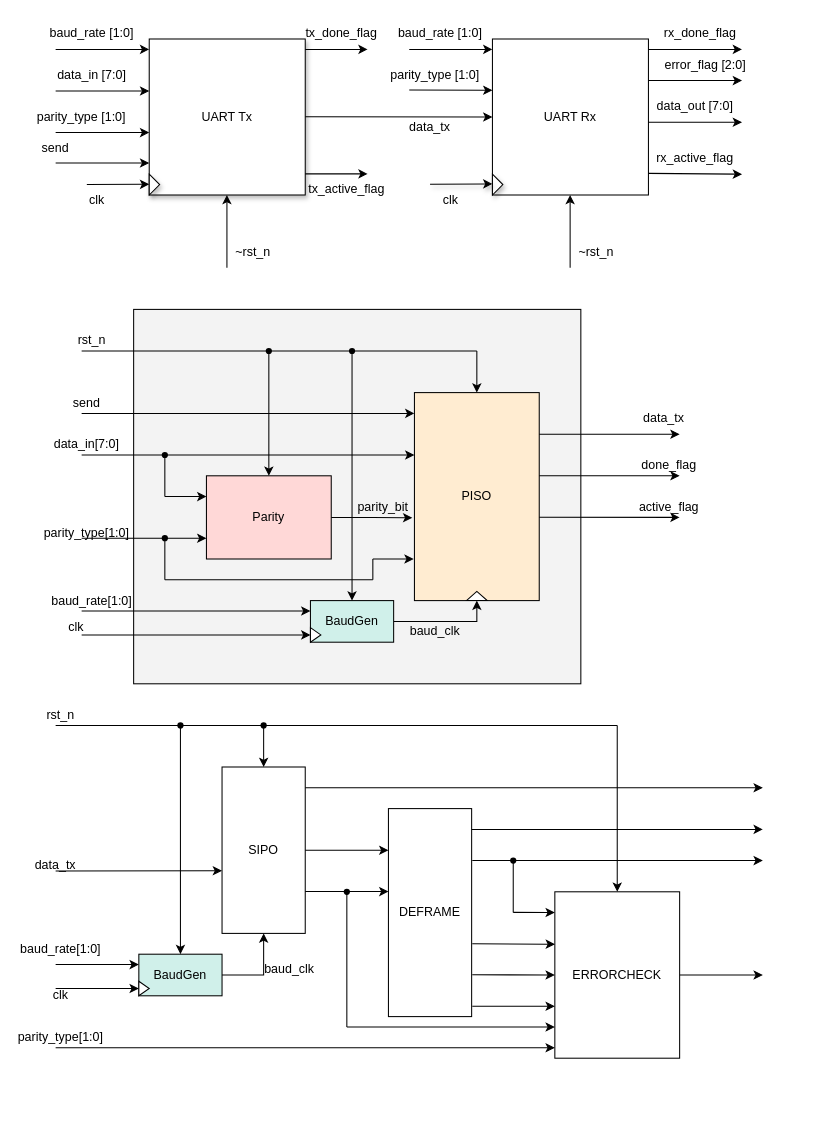
Before: page "UART" (1 of 11) of UART Diagram.drawio in 106210049/UART-SystemVerilog, a draw.io diagram. Source tidied: cells renumbered, new cells numbered last; positions are measured from the earlier drawing's top-left corner, leaving out a move shared by most shapes. Both pictures are drawn from the tidied source at 104%, with x=0, y=0 at pixel (24, 18).
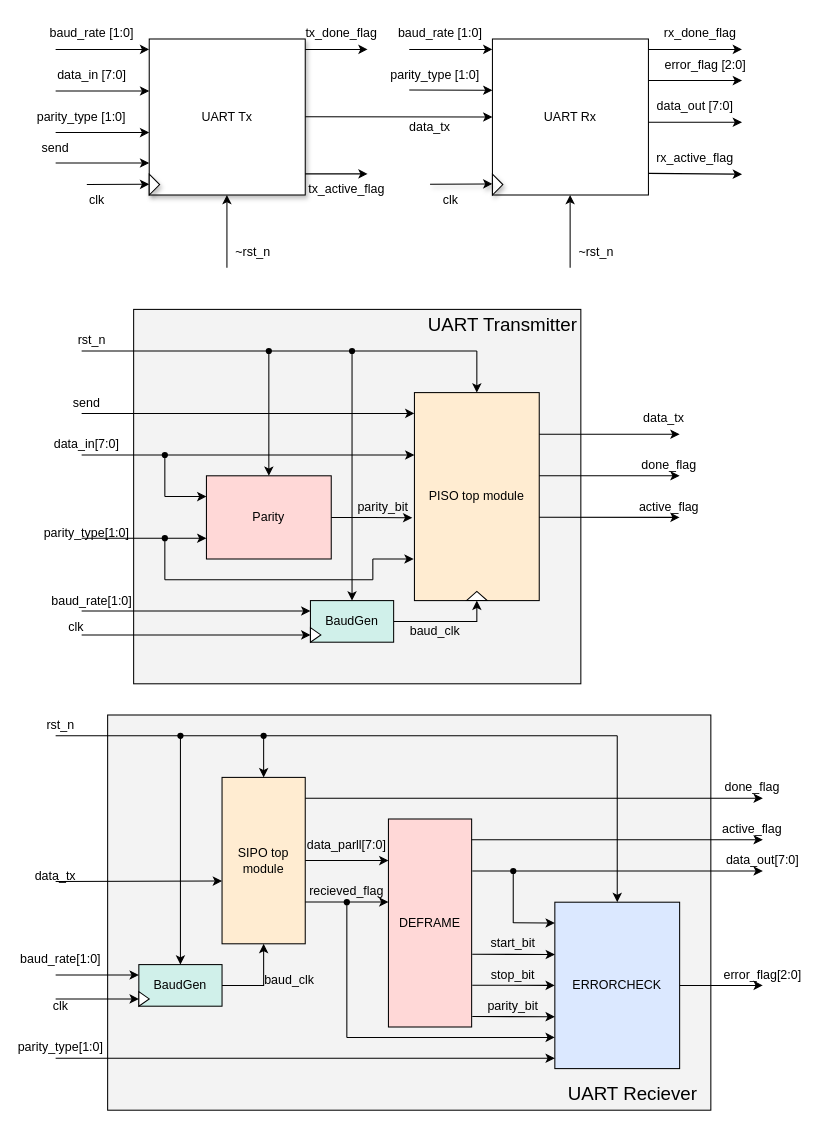
Above is the later version.

Unchanged cells that the change refers to:
```xml
<mxCell id="84" value="BaudGen" style="rounded=0;whiteSpace=wrap;html=1;fillColor=light-dark(#D0F0EA,var(--ge-dark-color, #121212));" parent="83" vertex="1">
  <mxGeometry width="80" height="40" as="geometry" />
</mxCell>
<mxCell id="85" style="triangle;whiteSpace=wrap;html=1;" parent="83" vertex="1">
  <mxGeometry y="26" width="10" height="14" as="geometry" />
</mxCell>
```

Change to the diagram source:
```diff
@@
+    <mxCell id="119" style="rounded=0;whiteSpace=wrap;html=1;fillColor=light-dark(#F3F3F3,var(--ge-dark-color, #121212));" parent="1" vertex="1">
+      <mxGeometry x="80" y="670" width="580" height="380" as="geometry" />
+    </mxCell>
@@
-    <mxCell id="41" value="PISO" style="rounded=0;whiteSpace=wrap;html=1;fillColor=light-dark(#FFECD1,var(--ge-dark-color, #121212));" parent="1" vertex="1">
+    <mxCell id="41" value="PISO top module" style="rounded=0;whiteSpace=wrap;html=1;fillColor=light-dark(#FFECD1,var(--ge-dark-color, #121212));" parent="1" vertex="1">
       <mxGeometry x="375" y="360" width="120" height="200" as="geometry" />
     </mxCell>
@@
-    <mxCell id="81" value="SIPO" style="rounded=0;whiteSpace=wrap;html=1;" parent="1" vertex="1">
-      <mxGeometry x="190" y="720" width="80" height="160" as="geometry" />
+    <mxCell id="81" value="SIPO top module" style="rounded=0;whiteSpace=wrap;html=1;fillColor=light-dark(#FFECD1,var(--ge-dark-color, #121212));" parent="1" vertex="1">
+      <mxGeometry x="190" y="730" width="80" height="160" as="geometry" />
     </mxCell>
     <mxCell id="82" style="endArrow=classic;html=1;rounded=0;" parent="1" edge="1">
       <mxGeometry relative="1" as="geometry">
-        <mxPoint x="30" y="820" as="sourcePoint" />
-        <mxPoint x="190" y="819.7" as="targetPoint" />
+        <mxPoint x="30" y="830" as="sourcePoint" />
+        <mxPoint x="190" y="829.7" as="targetPoint" />
       </mxGeometry>
     </mxCell>
-    <mxCell id="83" style="group;" parent="1" vertex="1">
-      <mxGeometry x="110" y="900" width="80" height="40" as="geometry" />
+    <mxCell id="83" style="group;fillColor=#D0F0EA;" parent="1" vertex="1">
+      <mxGeometry x="110" y="910" width="80" height="40" as="geometry" />
     </mxCell>
@@
     <mxCell id="86" style="endArrow=classic;html=1;rounded=0;entryX=0;entryY=0.5;entryDx=0;entryDy=0;" parent="1" edge="1" target="85">
       <mxGeometry relative="1" as="geometry">
-        <mxPoint x="30" y="933" as="sourcePoint" />
+        <mxPoint x="30" y="943" as="sourcePoint" />
       </mxGeometry>
     </mxCell>
     <mxCell id="87" style="edgeStyle=orthogonalEdgeStyle;rounded=0;jettySize=auto;html=1;entryX=0.5;entryY=1;entryDx=0;entryDy=0;" parent="1" edge="1" source="84" target="81">
       <mxGeometry relative="1" as="geometry">
         <Array as="points">
-          <mxPoint x="230" y="920" />
+          <mxPoint x="230" y="930" />
         </Array>
       </mxGeometry>
     </mxCell>
-    <mxCell id="88" value="DEFRAME" style="rounded=0;whiteSpace=wrap;html=1;" parent="1" vertex="1">
-      <mxGeometry x="350" y="760" width="80" height="200" as="geometry" />
+    <mxCell id="88" value="DEFRAME" style="rounded=0;whiteSpace=wrap;html=1;fillColor=light-dark(#FFD8D7,var(--ge-dark-color, #121212));" parent="1" vertex="1">
+      <mxGeometry x="350" y="770" width="80" height="200" as="geometry" />
     </mxCell>
     <mxCell id="89" style="edgeStyle=orthogonalEdgeStyle;rounded=0;orthogonalLoop=1;jettySize=auto;html=1;entryX=0;entryY=0.375;entryDx=0;entryDy=0;entryPerimeter=0;" parent="1" edge="1">
       <mxGeometry relative="1" as="geometry">
-        <mxPoint x="270" y="800" as="sourcePoint" />
-        <mxPoint x="350" y="800" as="targetPoint" />
+        <mxPoint x="270" y="810" as="sourcePoint" />
+        <mxPoint x="350" y="810" as="targetPoint" />
       </mxGeometry>
     </mxCell>
     <mxCell id="90" style="edgeStyle=orthogonalEdgeStyle;rounded=0;orthogonalLoop=1;jettySize=auto;html=1;entryX=0;entryY=0.375;entryDx=0;entryDy=0;entryPerimeter=0;" parent="1" edge="1">
       <mxGeometry relative="1" as="geometry">
-        <mxPoint x="270" y="839.8" as="sourcePoint" />
-        <mxPoint x="350" y="839.8" as="targetPoint" />
+        <mxPoint x="270" y="849.8" as="sourcePoint" />
+        <mxPoint x="350" y="849.8" as="targetPoint" />
       </mxGeometry>
     </mxCell>
     <mxCell id="91" style="endArrow=classic;html=1;rounded=0;" parent="1" edge="1">
       <mxGeometry relative="1" as="geometry">
-        <mxPoint x="270" y="740" as="sourcePoint" />
-        <mxPoint x="710" y="740" as="targetPoint" />
+        <mxPoint x="270" y="750" as="sourcePoint" />
+        <mxPoint x="710" y="750" as="targetPoint" />
       </mxGeometry>
     </mxCell>
     <mxCell id="92" style="endArrow=classic;html=1;rounded=0;" parent="1" edge="1">
       <mxGeometry relative="1" as="geometry">
-        <mxPoint x="430" y="780" as="sourcePoint" />
-        <mxPoint x="710" y="780" as="targetPoint" />
+        <mxPoint x="430" y="790" as="sourcePoint" />
+        <mxPoint x="710" y="790" as="targetPoint" />
       </mxGeometry>
     </mxCell>
     <mxCell id="93" style="endArrow=classic;html=1;rounded=0;" parent="1" edge="1">
       <mxGeometry relative="1" as="geometry">
-        <mxPoint x="430.6" y="810" as="sourcePoint" />
-        <mxPoint x="710" y="810" as="targetPoint" />
+        <mxPoint x="430.6" y="820" as="sourcePoint" />
+        <mxPoint x="710" y="820" as="targetPoint" />
       </mxGeometry>
     </mxCell>
     <mxCell id="94" style="edgeStyle=orthogonalEdgeStyle;rounded=0;jettySize=auto;html=1;" parent="1" edge="1" source="95">
       <mxGeometry relative="1" as="geometry">
-        <mxPoint x="710" y="920" as="targetPoint" />
+        <mxPoint x="710" y="930" as="targetPoint" />
       </mxGeometry>
     </mxCell>
-    <mxCell id="95" value="ERRORCHECK" style="rounded=0;whiteSpace=wrap;html=1;" parent="1" vertex="1">
-      <mxGeometry x="510" y="840" width="120" height="160" as="geometry" />
+    <mxCell id="95" value="ERRORCHECK" style="rounded=0;whiteSpace=wrap;html=1;fillColor=light-dark(#DBE8FF,var(--ge-dark-color, #121212));" parent="1" vertex="1">
+      <mxGeometry x="510" y="850" width="120" height="160" as="geometry" />
     </mxCell>
     <mxCell id="96" style="endArrow=none;html=1;rounded=0;" parent="1" edge="1">
       <mxGeometry relative="1" as="geometry">
-        <mxPoint x="470" y="860" as="sourcePoint" />
-        <mxPoint x="470" y="810" as="targetPoint" />
+        <mxPoint x="470" y="870" as="sourcePoint" />
+        <mxPoint x="470" y="820" as="targetPoint" />
       </mxGeometry>
     </mxCell>
     <mxCell id="97" style="endArrow=classic;html=1;rounded=0;entryX=0;entryY=0.125;entryDx=0;entryDy=0;entryPerimeter=0;" parent="1" edge="1" target="95">
       <mxGeometry relative="1" as="geometry">
-        <mxPoint x="470" y="859.8" as="sourcePoint" />
+        <mxPoint x="470" y="869.8" as="sourcePoint" />
       </mxGeometry>
     </mxCell>
     <mxCell id="98" style="endArrow=classic;html=1;rounded=0;entryX=0.001;entryY=0.315;entryDx=0;entryDy=0;entryPerimeter=0;" parent="1" edge="1" target="95">
       <mxGeometry relative="1" as="geometry">
-        <mxPoint x="430.6" y="890" as="sourcePoint" />
+        <mxPoint x="430.6" y="900" as="sourcePoint" />
       </mxGeometry>
     </mxCell>
     <mxCell id="99" style="endArrow=classic;html=1;rounded=0;entryX=0;entryY=0.5;entryDx=0;entryDy=0;" parent="1" edge="1" target="95">
       <mxGeometry relative="1" as="geometry">
-        <mxPoint x="430.6" y="919.8" as="sourcePoint" />
+        <mxPoint x="430.6" y="929.8" as="sourcePoint" />
       </mxGeometry>
     </mxCell>
     <mxCell id="100" style="endArrow=classic;html=1;rounded=0;entryX=0;entryY=0.688;entryDx=0;entryDy=0;entryPerimeter=0;" parent="1" edge="1" target="95">
       <mxGeometry relative="1" as="geometry">
-        <mxPoint x="430.6" y="950" as="sourcePoint" />
+        <mxPoint x="430.6" y="960" as="sourcePoint" />
       </mxGeometry>
     </mxCell>
     <mxCell id="101" style="endArrow=none;html=1;rounded=0;" parent="1" edge="1" target="110">
       <mxGeometry relative="1" as="geometry">
-        <mxPoint x="310" y="970" as="sourcePoint" />
+        <mxPoint x="310" y="980" as="sourcePoint" />
       </mxGeometry>
     </mxCell>
     <mxCell id="102" style="endArrow=classic;html=1;rounded=0;entryX=0;entryY=0.875;entryDx=0;entryDy=0;entryPerimeter=0;" parent="1" edge="1">
       <mxGeometry relative="1" as="geometry">
-        <mxPoint x="310" y="970" as="sourcePoint" />
-        <mxPoint x="510" y="970" as="targetPoint" />
+        <mxPoint x="310" y="980" as="sourcePoint" />
+        <mxPoint x="510" y="980" as="targetPoint" />
       </mxGeometry>
     </mxCell>
     <mxCell id="103" style="endArrow=classic;html=1;rounded=0;" parent="1" edge="1">
       <mxGeometry relative="1" as="geometry">
-        <mxPoint x="30" y="990" as="sourcePoint" />
-        <mxPoint x="510" y="990" as="targetPoint" />
+        <mxPoint x="30" y="1000" as="sourcePoint" />
+        <mxPoint x="510" y="1000" as="targetPoint" />
       </mxGeometry>
     </mxCell>
     <mxCell id="104" style="endArrow=none;html=1;rounded=0;" parent="1" edge="1">
       <mxGeometry relative="1" as="geometry">
-        <mxPoint x="30" y="680" as="sourcePoint" />
-        <mxPoint x="570" y="680" as="targetPoint" />
+        <mxPoint x="30" y="690" as="sourcePoint" />
+        <mxPoint x="570" y="690" as="targetPoint" />
       </mxGeometry>
     </mxCell>
     <mxCell id="105" style="endArrow=classic;html=1;rounded=0;entryX=0.5;entryY=0;entryDx=0;entryDy=0;" parent="1" edge="1" target="81">
       <mxGeometry relative="1" as="geometry">
-        <mxPoint x="230" y="680" as="sourcePoint" />
+        <mxPoint x="230" y="690" as="sourcePoint" />
       </mxGeometry>
     </mxCell>
     <mxCell id="106" style="endArrow=classic;html=1;rounded=0;entryX=0.5;entryY=0;entryDx=0;entryDy=0;" parent="1" edge="1" target="95">
       <mxGeometry relative="1" as="geometry">
-        <mxPoint x="570" y="680" as="sourcePoint" />
+        <mxPoint x="570" y="690" as="sourcePoint" />
       </mxGeometry>
     </mxCell>
     <mxCell id="107" style="endArrow=classic;html=1;rounded=0;entryX=0.5;entryY=0;entryDx=0;entryDy=0;" parent="1" edge="1" target="84">
       <mxGeometry relative="1" as="geometry">
-        <mxPoint x="150" y="680" as="sourcePoint" />
+        <mxPoint x="150" y="690" as="sourcePoint" />
       </mxGeometry>
     </mxCell>
     <mxCell id="108" style="shape=waypoint;sketch=0;fillStyle=solid;size=6;fillColor=none;perimeter=centerPerimeter;" parent="1" vertex="1">
-      <mxGeometry x="140" y="670" width="20" height="20" as="geometry" />
+      <mxGeometry x="140" y="680" width="20" height="20" as="geometry" />
     </mxCell>
     <mxCell id="109" style="shape=waypoint;sketch=0;fillStyle=solid;size=6;fillColor=none;perimeter=centerPerimeter;" parent="1" vertex="1">
-      <mxGeometry x="220" y="670" width="20" height="20" as="geometry" />
+      <mxGeometry x="220" y="680" width="20" height="20" as="geometry" />
     </mxCell>
     <mxCell id="110" style="shape=waypoint;sketch=0;fillStyle=solid;size=6;points=[];fillColor=none;perimeter=centerPerimeter;snapToPoint=1;" parent="1" vertex="1">
-      <mxGeometry x="300" y="830" width="20" height="20" as="geometry" />
+      <mxGeometry x="300" y="840" width="20" height="20" as="geometry" />
     </mxCell>
     <mxCell id="111" style="shape=waypoint;sketch=0;fillStyle=solid;size=6;fillColor=none;perimeter=centerPerimeter;" parent="1" vertex="1">
-      <mxGeometry x="460" y="800" width="20" height="20" as="geometry" />
+      <mxGeometry x="460" y="810" width="20" height="20" as="geometry" />
     </mxCell>
     <mxCell id="112" value="rst_n" style="text;strokeColor=none;align=center;fillColor=none;html=1;verticalAlign=middle;whiteSpace=wrap;rounded=0;" parent="1" vertex="1">
-      <mxGeometry x="15" y="660" width="40" height="20" as="geometry" />
+      <mxGeometry x="15" y="670" width="40" height="20" as="geometry" />
     </mxCell>
     <mxCell id="113" value="data_tx" style="text;strokeColor=none;align=center;fillColor=none;html=1;verticalAlign=middle;whiteSpace=wrap;rounded=0;" parent="1" vertex="1">
-      <mxGeometry x="5" y="800" width="50" height="30" as="geometry" />
+      <mxGeometry x="5" y="810" width="50" height="30" as="geometry" />
     </mxCell>
     <mxCell id="114" value="clk" style="text;strokeColor=none;align=center;fillColor=none;html=1;verticalAlign=middle;whiteSpace=wrap;rounded=0;" parent="1" vertex="1">
-      <mxGeometry x="20" y="930" width="30" height="20" as="geometry" />
+      <mxGeometry x="20" y="940" width="30" height="20" as="geometry" />
     </mxCell>
     <mxCell id="115" style="endArrow=classic;html=1;rounded=0;entryX=0;entryY=0.25;entryDx=0;entryDy=0;" parent="1" edge="1" target="84">
       <mxGeometry relative="1" as="geometry">
-        <mxPoint x="30" y="910" as="sourcePoint" />
+        <mxPoint x="30" y="920" as="sourcePoint" />
       </mxGeometry>
     </mxCell>
     <mxCell id="116" value="baud_rate[1:0]" style="text;strokeColor=none;align=center;fillColor=none;html=1;verticalAlign=middle;whiteSpace=wrap;rounded=0;" parent="1" vertex="1">
-      <mxGeometry x="5" y="880" width="60" height="30" as="geometry" />
+      <mxGeometry x="5" y="890" width="60" height="30" as="geometry" />
     </mxCell>
     <mxCell id="117" value="parity_type[1:0]" style="text;strokeColor=none;align=center;fillColor=none;html=1;verticalAlign=middle;whiteSpace=wrap;rounded=0;" parent="1" vertex="1">
-      <mxGeometry x="5" y="970" width="60" height="20" as="geometry" />
+      <mxGeometry x="5" y="980" width="60" height="20" as="geometry" />
     </mxCell>
     <mxCell id="118" value="baud_clk" style="text;strokeColor=none;align=center;fillColor=none;html=1;verticalAlign=middle;whiteSpace=wrap;rounded=0;" parent="1" vertex="1">
-      <mxGeometry x="225" y="900" width="60" height="30" as="geometry" />
+      <mxGeometry x="225" y="910" width="60" height="30" as="geometry" />
     </mxCell>
+    <mxCell id="120" value="data_out[7:0]" style="text;strokeColor=none;align=center;fillColor=none;html=1;verticalAlign=middle;whiteSpace=wrap;rounded=0;" parent="1" vertex="1">
+      <mxGeometry x="680" y="795" width="60" height="30" as="geometry" />
+    </mxCell>
+    <mxCell id="121" value="done_flag" style="text;strokeColor=none;align=center;fillColor=none;html=1;verticalAlign=middle;whiteSpace=wrap;rounded=0;" parent="1" vertex="1">
+      <mxGeometry x="670" y="730" width="60" height="20" as="geometry" />
+    </mxCell>
+    <mxCell id="122" value="active_flag" style="text;strokeColor=none;align=center;fillColor=none;html=1;verticalAlign=middle;whiteSpace=wrap;rounded=0;" parent="1" vertex="1">
+      <mxGeometry x="670" y="770" width="60" height="20" as="geometry" />
+    </mxCell>
+    <mxCell id="123" value="error_flag[2:0]" style="text;strokeColor=none;align=center;fillColor=none;html=1;verticalAlign=middle;whiteSpace=wrap;rounded=0;" parent="1" vertex="1">
+      <mxGeometry x="680" y="910" width="60" height="20" as="geometry" />
+    </mxCell>
+    <mxCell id="124" value="start_bit" style="text;strokeColor=none;align=center;fillColor=none;html=1;verticalAlign=middle;whiteSpace=wrap;rounded=0;" parent="1" vertex="1">
+      <mxGeometry x="440" y="880" width="60" height="20" as="geometry" />
+    </mxCell>
+    <mxCell id="125" value="stop_bit" style="text;strokeColor=none;align=center;fillColor=none;html=1;verticalAlign=middle;whiteSpace=wrap;rounded=0;" parent="1" vertex="1">
+      <mxGeometry x="440" y="910" width="60" height="20" as="geometry" />
+    </mxCell>
+    <mxCell id="126" value="parity_bit" style="text;strokeColor=none;align=center;fillColor=none;html=1;verticalAlign=middle;whiteSpace=wrap;rounded=0;" parent="1" vertex="1">
+      <mxGeometry x="440" y="940" width="60" height="20" as="geometry" />
+    </mxCell>
+    <mxCell id="127" value="recieved_flag" style="text;strokeColor=none;align=center;fillColor=none;html=1;verticalAlign=middle;whiteSpace=wrap;rounded=0;" parent="1" vertex="1">
+      <mxGeometry x="280" y="830" width="60" height="20" as="geometry" />
+    </mxCell>
+    <mxCell id="128" value="&lt;font style=&quot;font-size: 18px;&quot;&gt;UART Transmitter&lt;/font&gt;" style="text;strokeColor=none;align=center;fillColor=none;html=1;verticalAlign=middle;whiteSpace=wrap;rounded=0;" parent="1" vertex="1">
+      <mxGeometry x="385" y="280" width="150" height="30" as="geometry" />
+    </mxCell>
+    <mxCell id="129" value="&lt;font style=&quot;font-size: 18px;&quot;&gt;UART Reciever&lt;/font&gt;" style="text;strokeColor=none;align=center;fillColor=none;html=1;verticalAlign=middle;whiteSpace=wrap;rounded=0;" parent="1" vertex="1">
+      <mxGeometry x="510" y="1020" width="150" height="30" as="geometry" />
+    </mxCell>
+    <mxCell id="130" value="data_parll[7:0]" style="text;strokeColor=none;align=center;fillColor=none;html=1;verticalAlign=middle;whiteSpace=wrap;rounded=0;" parent="1" vertex="1">
+      <mxGeometry x="280" y="780" width="60" height="30" as="geometry" />
+    </mxCell>
```
